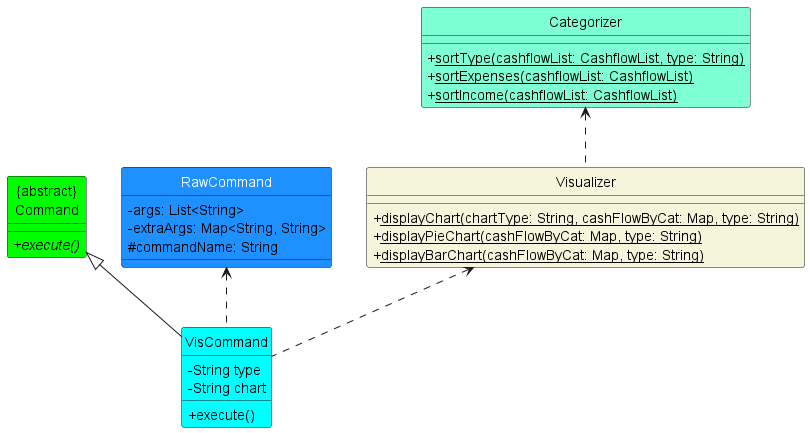
Earlier version of the PlantUML export docs/images/vis/visualisationClass.png (nus-cs2113-AY2324S1/tp).
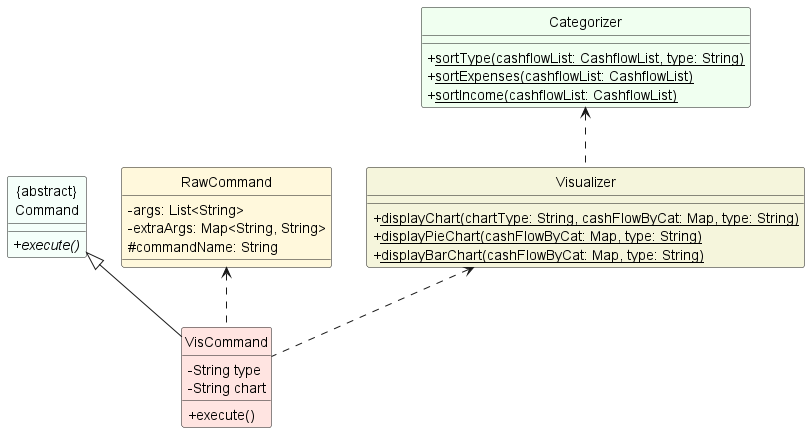
The same file after the commit.

Commit message:
Changed colour scheme for visualization class

What changed in the source:
```diff
@@ -3,23 +3,23 @@
 skinparam classFontColor automatic
 
 
-class "{abstract}\nCommand"  #lime {
+class "{abstract}\nCommand"  #MintCream {
 +execute() {abstract}
 }
 
-class VisCommand #Cyan {
+class VisCommand #MistyRose {
 -String type
 -String chart
 +execute()
 }
 
-class RawCommand #DodgerBlue {
+class RawCommand #Cornsilk {
 -args: List<String>
 -extraArgs: Map<String, String>
 #commandName: String
 }
 
-class Categorizer #AquaMarine {
+class Categorizer #HoneyDew {
 +<u>sortType(cashflowList: CashflowList, type: String)
 +<u>sortExpenses(cashflowList: CashflowList)
 +<u>sortIncome(cashflowList: CashflowList)
```
